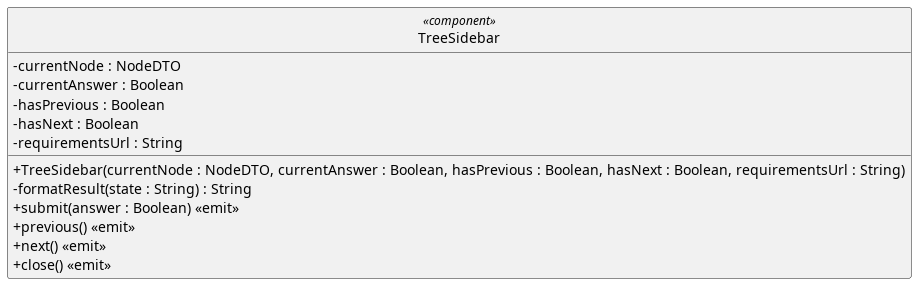
Earlier version of the PlantUML export src/PB/DocumentazioneEsterna/Specifica_Tecnica/content/05-diagrammi-classi/uml/png/frontend/TreeSideBar.png (GroupRubberDuck/Documentazione).
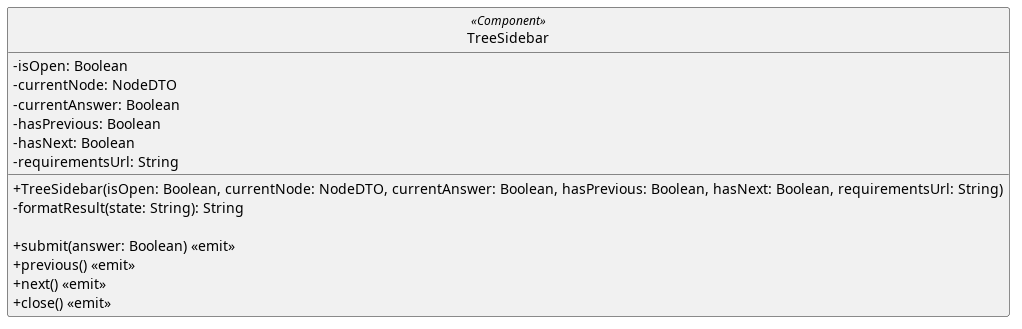
The same file after the commit.

The edit, as a diff of the source:
```diff
@@ -6,20 +6,20 @@
 skinparam packageStyle rectangle
 skinparam style strictuml
 
-class TreeSidebar <<component>> {
+class TreeSidebar <<Component>> {
+  - isOpen: Boolean
+  - currentNode: NodeDTO
+  - currentAnswer: Boolean
+  - hasPrevious: Boolean
+  - hasNext: Boolean
+  - requirementsUrl: String
 
-        -currentNode : NodeDTO
-        - currentAnswer : Boolean
-        - hasPrevious : Boolean
-        -  hasNext : Boolean
-        - requirementsUrl : String
+  + TreeSidebar(isOpen: Boolean, currentNode: NodeDTO, currentAnswer: Boolean, hasPrevious: Boolean, hasNext: Boolean, requirementsUrl: String)
+  - formatResult(state: String): String
 
-  + TreeSidebar(currentNode : NodeDTO, currentAnswer : Boolean, hasPrevious : Boolean, hasNext : Boolean, requirementsUrl : String)
-  - formatResult(state : String) : String
-  + submit(answer : Boolean) <<emit>>
+  + submit(answer: Boolean) <<emit>>
   + previous() <<emit>>
   + next() <<emit>>
   + close() <<emit>>
 }
-
 @enduml
```
